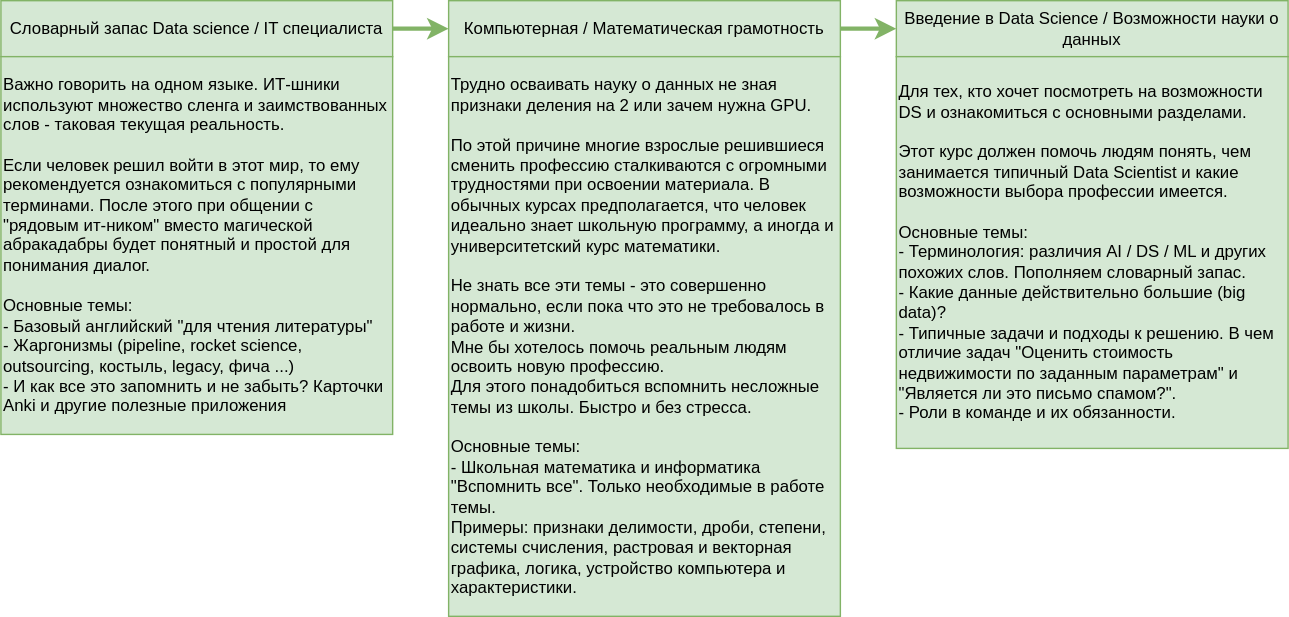
ryndovaira-org/data_science_lectures keeps this draw.io diagram as courses.drawio.svg. Above is the earlier version. Source tidied: cells renumbered, new cells last; positions are measured from the earlier drawing's top-left corner, leaving out a move shared by most shapes.
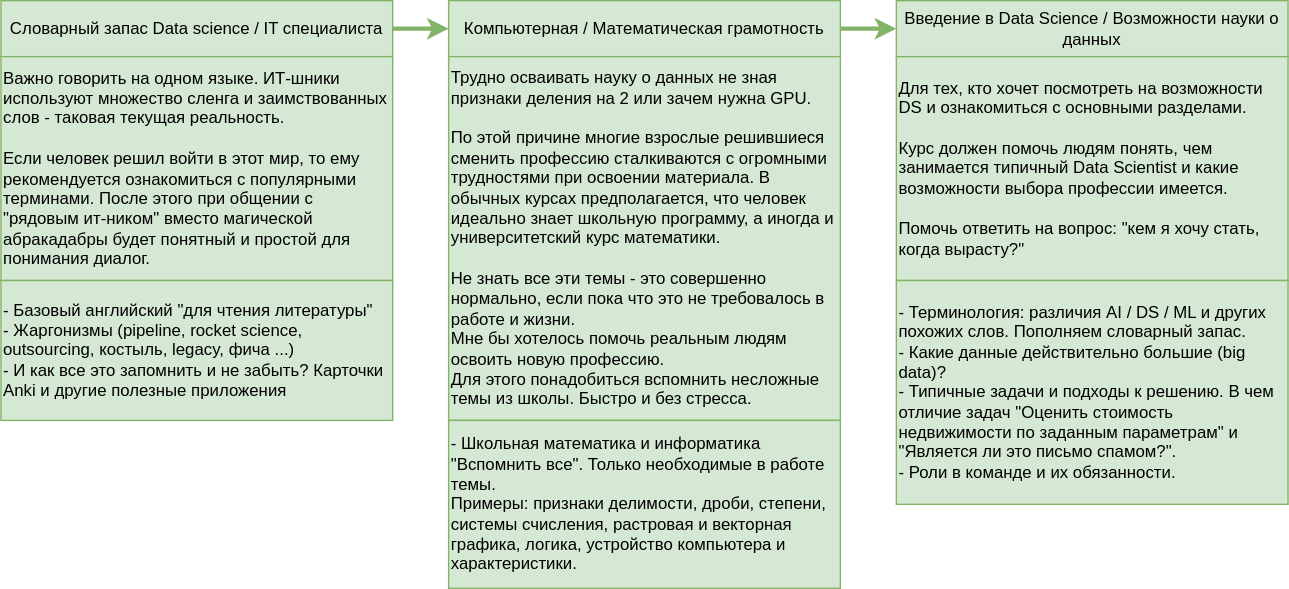
Above is the later version.

Diff of the diagram source:
```diff
@@ -8,8 +8,8 @@
     <mxCell id="3" value="Словарный запас Data science / IT специалиста" style="rounded=0;whiteSpace=wrap;html=1;fillColor=#d5e8d4;strokeColor=#82b366;" parent="1" vertex="1">
       <mxGeometry width="280" height="40" as="geometry" />
     </mxCell>
-    <mxCell id="4" value="Важно говорить на одном языке. ИТ-шники используют множество сленга и заимствованных слов - таковая текущая реальность.&amp;nbsp;&lt;br&gt;&lt;br&gt;Если человек решил войти в этот мир, то ему рекомендуется ознакомиться с популярными терминами. После этого при общении с &quot;рядовым ит-ником&quot; вместо магической абракадабры будет понятный и простой для понимания диалог.&lt;br&gt;&lt;br&gt;Основные темы:&lt;br&gt;- Базовый английский &quot;для чтения литературы&quot;&lt;br&gt;- Жаргонизмы (pipeline, rocket science, outsourcing, костыль, legacy, фича ...)&lt;br&gt;- И как все это запомнить и не забыть? Карточки Anki и другие полезные приложения" style="rounded=0;whiteSpace=wrap;html=1;fillColor=#d5e8d4;align=left;strokeColor=#82b366;" parent="1" vertex="1">
-      <mxGeometry y="40" width="280" height="270" as="geometry" />
+    <mxCell id="4" value="Важно говорить на одном языке. ИТ-шники используют множество сленга и заимствованных слов - таковая текущая реальность.&amp;nbsp;&lt;br&gt;&lt;br&gt;Если человек решил войти в этот мир, то ему рекомендуется ознакомиться с популярными терминами. После этого при общении с &quot;рядовым ит-ником&quot; вместо магической абракадабры будет понятный и простой для понимания диалог." style="rounded=0;whiteSpace=wrap;html=1;fillColor=#d5e8d4;align=left;strokeColor=#82b366;" parent="1" vertex="1">
+      <mxGeometry y="40" width="280" height="160" as="geometry" />
     </mxCell>
     <mxCell id="5" style="edgeStyle=orthogonalEdgeStyle;rounded=0;jettySize=auto;html=1;exitX=1;exitY=0.5;exitDx=0;exitDy=0;strokeWidth=3;fillColor=#d5e8d4;strokeColor=#82b366;" parent="1" edge="1" source="6" target="8">
       <mxGeometry relative="1" as="geometry" />
@@ -17,14 +17,23 @@
     <mxCell id="6" value="Компьютерная / Математическая грамотность" style="rounded=0;whiteSpace=wrap;html=1;fillColor=#d5e8d4;strokeColor=#82b366;" parent="1" vertex="1">
       <mxGeometry x="320" width="280" height="40" as="geometry" />
     </mxCell>
-    <mxCell id="7" value="Трудно осваивать науку о данных не зная признаки деления на 2 или зачем нужна GPU. &lt;br&gt;&lt;br&gt;По этой причине многие взрослые решившиеся сменить профессию сталкиваются с огромными трудностями при освоении материала. В обычных курсах предполагается, что человек идеально знает школьную программу, а иногда и университетский курс математики.&amp;nbsp;&lt;br&gt;&lt;br&gt;Не знать все эти темы - это совершенно нормально, если пока что это не требовалось в работе и жизни.&lt;br&gt;Мне бы хотелось помочь реальным людям освоить новую профессию.&amp;nbsp;&lt;br&gt;Для этого понадобиться вспомнить несложные темы из школы. Быстро и без стресса.&lt;br&gt;&lt;br&gt;Основные темы:&lt;br&gt;- Школьная математика и информатика &quot;Вспомнить все&quot;. Только необходимые в работе темы. &lt;br&gt;Примеры: признаки делимости, дроби, степени, системы счисления, растровая и векторная графика, логика, устройство компьютера и характеристики." style="rounded=0;whiteSpace=wrap;html=1;fillColor=#d5e8d4;align=left;strokeColor=#82b366;" parent="1" vertex="1">
-      <mxGeometry x="320" y="40" width="280" height="400" as="geometry" />
+    <mxCell id="7" value="Трудно осваивать науку о данных не зная признаки деления на 2 или зачем нужна GPU. &lt;br&gt;&lt;br&gt;По этой причине многие взрослые решившиеся сменить профессию сталкиваются с огромными трудностями при освоении материала. В обычных курсах предполагается, что человек идеально знает школьную программу, а иногда и университетский курс математики.&amp;nbsp;&lt;br&gt;&lt;br&gt;Не знать все эти темы - это совершенно нормально, если пока что это не требовалось в работе и жизни.&lt;br&gt;Мне бы хотелось помочь реальным людям освоить новую профессию.&amp;nbsp;&lt;br&gt;Для этого понадобиться вспомнить несложные темы из школы. Быстро и без стресса." style="rounded=0;whiteSpace=wrap;html=1;fillColor=#d5e8d4;align=left;strokeColor=#82b366;" parent="1" vertex="1">
+      <mxGeometry x="320" y="40" width="280" height="260" as="geometry" />
     </mxCell>
     <mxCell id="8" value="Введение в Data Science / Возможности науки о данных" style="rounded=0;whiteSpace=wrap;html=1;fillColor=#d5e8d4;strokeColor=#82b366;" parent="1" vertex="1">
       <mxGeometry x="640" width="280" height="40" as="geometry" />
     </mxCell>
-    <mxCell id="9" value="Для тех, кто хочет посмотреть на возможности DS и ознакомиться с основными разделами.&lt;br&gt;&lt;br&gt;Этот курс должен помочь людям понять, чем занимается типичный Data Scientist и какие возможности выбора профессии имеется.&lt;br&gt;&lt;br&gt;Основные темы:&lt;br&gt;- Терминология:&amp;nbsp;различия AI / DS / ML и других похожих слов. Пополняем словарный запас.&lt;br&gt;- Какие данные действительно большие (big data)?&lt;br&gt;- Типичные задачи и подходы к решению. В чем отличие задач &quot;Оценить стоимость недвижимости по заданным параметрам&quot; и &quot;Является ли это письмо спамом?&quot;.&lt;br&gt;- Роли в команде и их обязанности." style="rounded=0;whiteSpace=wrap;html=1;fillColor=#d5e8d4;align=left;strokeColor=#82b366;" parent="1" vertex="1">
-      <mxGeometry x="640" y="40" width="280" height="280" as="geometry" />
+    <mxCell id="9" value="Для тех, кто хочет посмотреть на возможности DS и ознакомиться с основными разделами.&lt;br&gt;&lt;br&gt;Курс должен помочь людям понять, чем занимается типичный Data Scientist и какие возможности выбора профессии имеется.&lt;br&gt;&lt;br&gt;Помочь ответить на вопрос: &quot;кем я хочу стать, когда вырасту?&quot;" style="rounded=0;whiteSpace=wrap;html=1;fillColor=#d5e8d4;align=left;strokeColor=#82b366;" parent="1" vertex="1">
+      <mxGeometry x="640" y="40" width="280" height="160" as="geometry" />
     </mxCell>
+    <mxCell id="10" value="- Базовый английский &quot;для чтения литературы&quot;&lt;br&gt;- Жаргонизмы (pipeline, rocket science, outsourcing, костыль, legacy, фича ...)&lt;br&gt;- И как все это запомнить и не забыть? Карточки Anki и другие полезные приложения" style="rounded=0;whiteSpace=wrap;html=1;fillColor=#d5e8d4;align=left;strokeColor=#82b366;" parent="1" vertex="1">
+      <mxGeometry y="200" width="280" height="100" as="geometry" />
+    </mxCell>
+    <mxCell id="11" value="- Школьная математика и информатика &quot;Вспомнить все&quot;. Только необходимые в работе темы. &lt;br&gt;Примеры: признаки делимости, дроби, степени, системы счисления, растровая и векторная графика, логика, устройство компьютера и характеристики." style="rounded=0;whiteSpace=wrap;html=1;fillColor=#d5e8d4;align=left;strokeColor=#82b366;" parent="1" vertex="1">
+      <mxGeometry x="320" y="300" width="280" height="120" as="geometry" />
+    </mxCell>
+    <mxCell id="12" value="- Терминология:&amp;nbsp;различия AI / DS / ML и других похожих слов. Пополняем словарный запас.&lt;br&gt;- Какие данные действительно большие (big data)?&lt;br&gt;- Типичные задачи и подходы к решению. В чем отличие задач &quot;Оценить стоимость недвижимости по заданным параметрам&quot; и &quot;Является ли это письмо спамом?&quot;.&lt;br&gt;- Роли в команде и их обязанности." style="rounded=0;whiteSpace=wrap;html=1;fillColor=#d5e8d4;align=left;strokeColor=#82b366;" parent="1" vertex="1">
+      <mxGeometry x="640" y="200" width="280" height="160" as="geometry" />
+    </mxCell>
   </root>
 </mxGraphModel>
```
